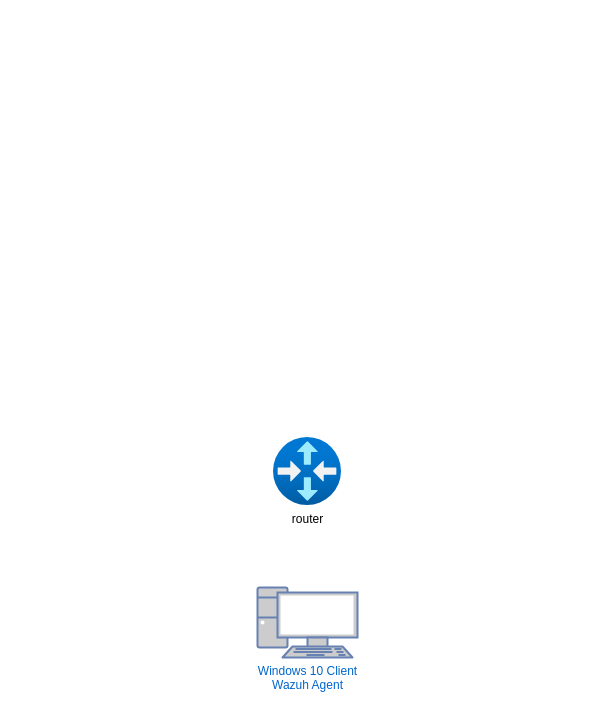
Above: Untitled Diagram.drawio in MonadoSlash/phase-0-pac-3-intro-to-functions (draw.io), before the change. Source tidied: cells renumbered, new cells numbered last; positions are measured from the earlier drawing's top-left corner, leaving out a move shared by most shapes. Both pictures are drawn from the tidied source at 100%, with x=0, y=0 at pixel (257, 437).
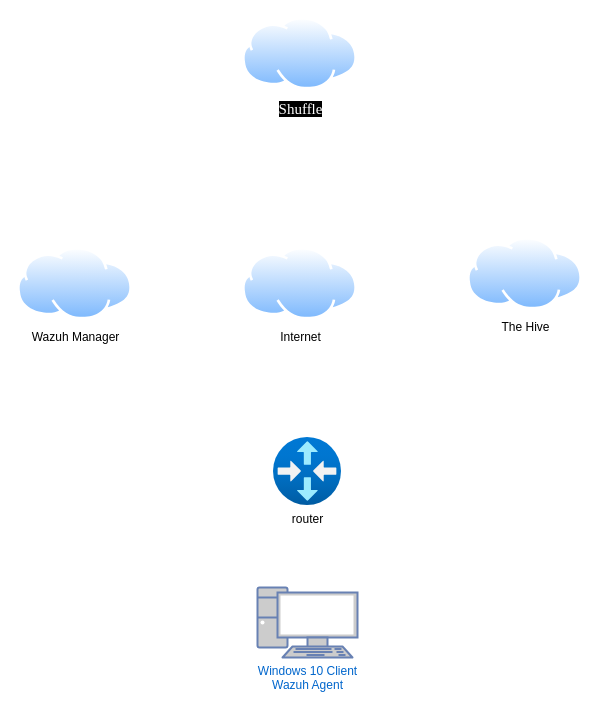
The same diagram, later.

Change to the diagram source:
```diff
@@
 <mxGraphModel>
   <root>
     <mxCell id="0" />
     <mxCell id="1" parent="0" />
     <mxCell id="2" value="Windows 10 Client&lt;div&gt;Wazuh Agent&lt;/div&gt;&lt;div&gt;&lt;br&gt;&lt;/div&gt;" style="fontColor=#0066CC;verticalAlign=top;verticalLabelPosition=bottom;labelPosition=center;align=center;html=1;fillColor=#CCCCCC;strokeColor=#6881B3;gradientColor=none;gradientDirection=north;strokeWidth=2;shape=mxgraph.networks.pc;" parent="1" vertex="1">
       <mxGeometry y="150" width="100" height="70" as="geometry" />
     </mxCell>
     <mxCell id="3" value="router&lt;div&gt;&lt;br&gt;&lt;/div&gt;" style="image;html=1;align=center;fontSize=12;image=img/lib/azure2/networking/Virtual_Router.svg;" parent="1" vertex="1">
       <mxGeometry x="16" width="68" height="68" as="geometry" />
     </mxCell>
+    <mxCell id="4" value="Internet&lt;div&gt;&lt;br&gt;&lt;/div&gt;" style="image;perimeter=ellipsePerimeter;html=1;align=center;shadow=0;dashed=0;spacingTop=3;image=img/lib/active_directory/internet_cloud.svg;" parent="1" vertex="1">
+      <mxGeometry x="-15" y="-190" width="115" height="72.5" as="geometry" />
+    </mxCell>
+    <mxCell id="5" value="&lt;div style=&quot;text-align: start;&quot;&gt;The Hive&lt;/div&gt;" style="image;perimeter=ellipsePerimeter;html=1;align=center;shadow=0;dashed=0;spacingTop=3;image=img/lib/active_directory/internet_cloud.svg;" parent="1" vertex="1">
+      <mxGeometry x="210" y="-200" width="115" height="72.5" as="geometry" />
+    </mxCell>
+    <mxCell id="6" value="&lt;div style=&quot;text-align: start;&quot;&gt;Wazuh Manager&lt;/div&gt;&lt;div style=&quot;text-align: start;&quot;&gt;&lt;br&gt;&lt;/div&gt;" style="image;perimeter=ellipsePerimeter;html=1;align=center;shadow=0;dashed=0;spacingTop=3;image=img/lib/active_directory/internet_cloud.svg;" parent="1" vertex="1">
+      <mxGeometry x="-240" y="-190" width="115" height="72.5" as="geometry" />
+    </mxCell>
+    <mxCell id="7" value="&lt;div style=&quot;text-align: start;&quot;&gt;&lt;font face=&quot;Times&quot; color=&quot;#ffffff&quot;&gt;&lt;span style=&quot;font-size: 15px; white-space: pre-wrap; background-color: rgb(0, 0, 0);&quot;&gt;Shuffle&lt;/span&gt;&lt;/font&gt;&lt;/div&gt;" style="image;perimeter=ellipsePerimeter;html=1;align=center;shadow=0;dashed=0;spacingTop=3;image=img/lib/active_directory/internet_cloud.svg;" parent="1" vertex="1">
+      <mxGeometry x="-15" y="-420" width="115" height="72.5" as="geometry" />
+    </mxCell>
   </root>
 </mxGraphModel>
```
